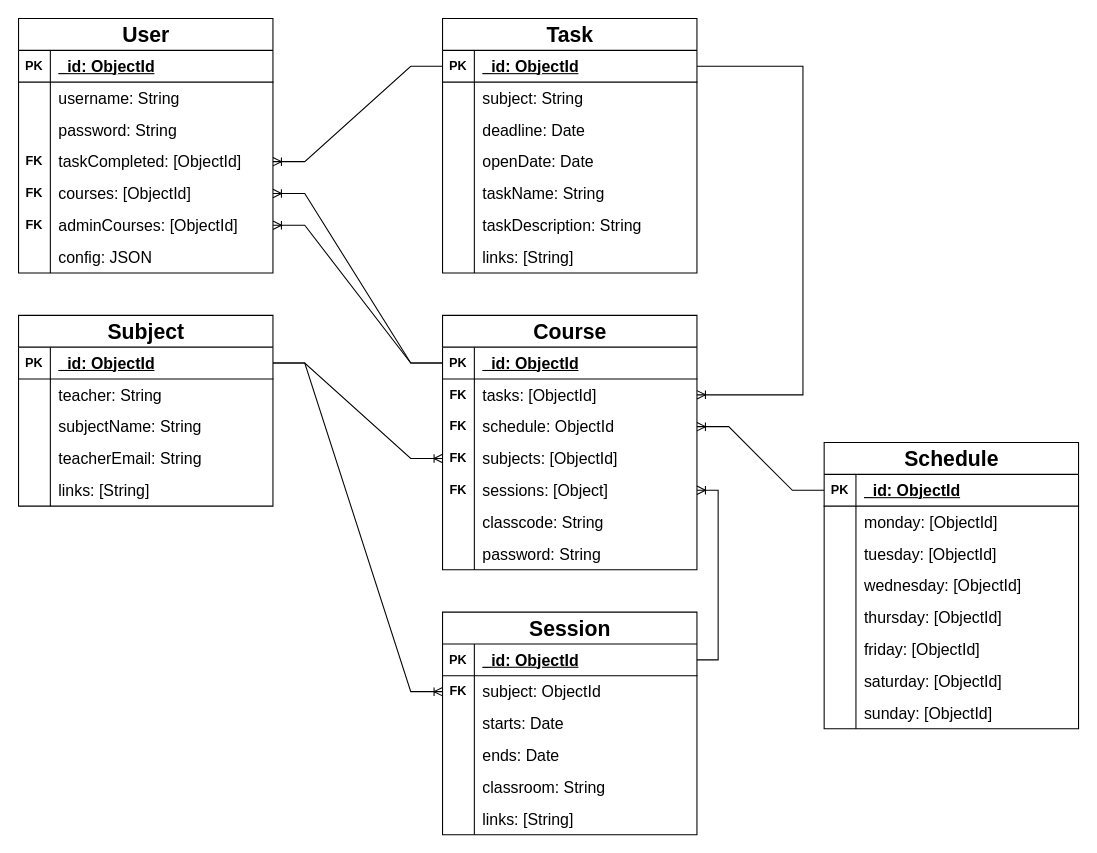
Earlier version of the draw.io diagram page "Logical Schema" (2 of 2) of docs/APIv1 DB Schemas/APIv1 DB Diagrams.drawio (IsmaCortGtz/fasty-task-server). Source tidied: cells renumbered, new cells numbered last; positions are measured from the earlier drawing's top-left corner, leaving out a move shared by most shapes. Both pictures are drawn from the tidied source at 106%, with x=0, y=0 at pixel (18, 18).
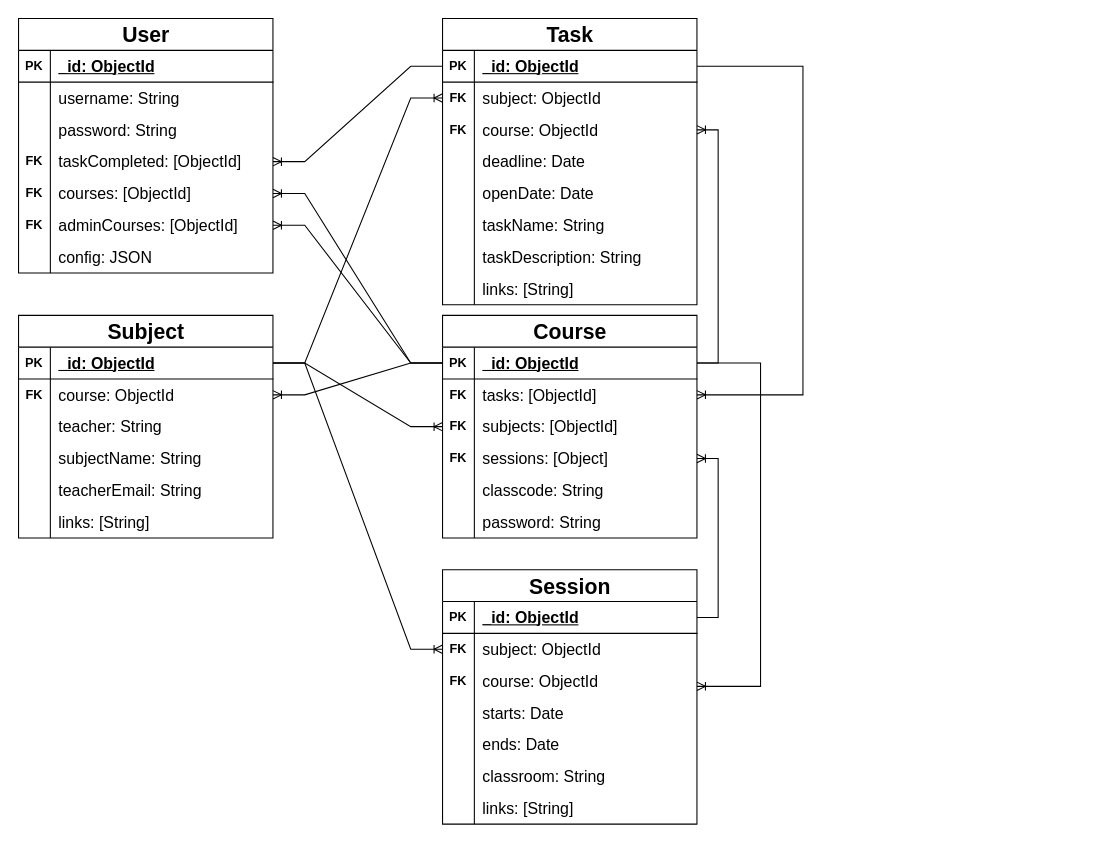
Above is the later version.

Commit message (it also covers changes not shown here):
Schedule schema remove from db diagrams

Unchanged cells that the change refers to:
```xml
<mxCell id="25" style="shape=tableRow;horizontal=0;startSize=0;swimlaneHead=0;swimlaneBody=0;fillColor=none;points=[[0,0.5],[1,0.5]];portConstraint=eastwest;top=0;left=0;right=0;bottom=1;" parent="24" vertex="1">
  <mxGeometry y="30" width="240" height="30" as="geometry" />
</mxCell>
<mxCell id="50" style="shape=tableRow;horizontal=0;startSize=0;swimlaneHead=0;swimlaneBody=0;fillColor=none;points=[[0,0.5],[1,0.5]];portConstraint=eastwest;top=0;left=0;right=0;bottom=0;" parent="46" vertex="1">
  <mxGeometry y="60" width="240" height="30" as="geometry" />
</mxCell>
<mxCell id="69" style="shape=tableRow;horizontal=0;startSize=0;swimlaneHead=0;swimlaneBody=0;fillColor=none;points=[[0,0.5],[1,0.5]];portConstraint=eastwest;top=0;left=0;right=0;bottom=1;" parent="68" vertex="1">
  <mxGeometry y="30" width="240" height="30" as="geometry" />
</mxCell>
```

Change to the diagram source:
```diff
@@
     <mxCell id="24" value="&lt;font style=&quot;font-size: 20px;&quot;&gt;Course&lt;/font&gt;" style="shape=table;startSize=30;childLayout=tableLayout;rowLines=0;fontStyle=1;align=center;html=1;" parent="1" vertex="1">
-      <mxGeometry x="400" y="280" width="240" height="240" as="geometry" />
+      <mxGeometry x="400" y="280" width="240" height="210" as="geometry" />
     </mxCell>
@@
-    <mxCell id="31" style="shape=tableRow;horizontal=0;startSize=0;swimlaneHead=0;swimlaneBody=0;fillColor=none;points=[[0,0.5],[1,0.5]];portConstraint=eastwest;top=0;left=0;right=0;bottom=0;" parent="24" vertex="1">
-      <mxGeometry y="90" width="240" height="30" as="geometry" />
-    </mxCell>
-    <mxCell id="32" value="&lt;b&gt;FK&lt;/b&gt;" style="shape=partialRectangle;fillColor=none;top=0;left=0;bottom=0;right=0;overflow=hidden;whiteSpace=wrap;html=1;" parent="31" vertex="1">
-      <mxGeometry width="30" height="30" as="geometry" />
-    </mxCell>
-    <mxCell id="33" value="&lt;font style=&quot;font-size: 15px;&quot;&gt;schedule: ObjectId&lt;/font&gt;" style="shape=partialRectangle;fillColor=none;top=0;left=0;bottom=0;right=0;align=left;spacingLeft=6;overflow=hidden;whiteSpace=wrap;html=1;" parent="31" vertex="1">
-      <mxGeometry x="30" width="210" height="30" as="geometry" />
-    </mxCell>
     <mxCell id="34" style="shape=tableRow;horizontal=0;startSize=0;swimlaneHead=0;swimlaneBody=0;fillColor=none;points=[[0,0.5],[1,0.5]];portConstraint=eastwest;top=0;left=0;right=0;bottom=0;" parent="24" vertex="1">
-      <mxGeometry y="120" width="240" height="30" as="geometry" />
+      <mxGeometry y="90" width="240" height="30" as="geometry" />
     </mxCell>
@@
     <mxCell id="37" style="shape=tableRow;horizontal=0;startSize=0;swimlaneHead=0;swimlaneBody=0;fillColor=none;points=[[0,0.5],[1,0.5]];portConstraint=eastwest;top=0;left=0;right=0;bottom=0;" parent="24" vertex="1">
-      <mxGeometry y="150" width="240" height="30" as="geometry" />
+      <mxGeometry y="120" width="240" height="30" as="geometry" />
     </mxCell>
@@
     <mxCell id="40" style="shape=tableRow;horizontal=0;startSize=0;swimlaneHead=0;swimlaneBody=0;fillColor=none;top=0;left=0;right=0;bottom=0;" parent="24" vertex="1">
-      <mxGeometry y="180" width="240" height="30" as="geometry" />
+      <mxGeometry y="150" width="240" height="30" as="geometry" />
     </mxCell>
@@
     <mxCell id="43" style="shape=tableRow;horizontal=0;startSize=0;swimlaneHead=0;swimlaneBody=0;fillColor=none;top=0;left=0;right=0;bottom=0;" parent="24" vertex="1">
-      <mxGeometry y="210" width="240" height="30" as="geometry" />
+      <mxGeometry y="180" width="240" height="30" as="geometry" />
     </mxCell>
@@
     <mxCell id="46" value="&lt;font style=&quot;font-size: 20px;&quot;&gt;Task&lt;/font&gt;" style="shape=table;startSize=30;childLayout=tableLayout;rowLines=0;fontStyle=1;align=center;html=1;" parent="1" vertex="1">
-      <mxGeometry x="400" width="240" height="240" as="geometry" />
+      <mxGeometry x="400" width="240" height="270" as="geometry" />
     </mxCell>
@@
-    <mxCell id="51" style="shape=partialRectangle;fillColor=none;top=0;left=0;bottom=0;right=0;overflow=hidden;whiteSpace=wrap;html=1;" parent="50" vertex="1">
+    <mxCell id="51" value="&lt;b&gt;FK&lt;/b&gt;" style="shape=partialRectangle;fillColor=none;top=0;left=0;bottom=0;right=0;overflow=hidden;whiteSpace=wrap;html=1;" parent="50" vertex="1">
       <mxGeometry width="30" height="30" as="geometry" />
     </mxCell>
-    <mxCell id="52" value="&lt;font style=&quot;font-size: 15px;&quot;&gt;subject: String&lt;/font&gt;" style="shape=partialRectangle;fillColor=none;top=0;left=0;bottom=0;right=0;align=left;spacingLeft=6;overflow=hidden;whiteSpace=wrap;html=1;" parent="50" vertex="1">
+    <mxCell id="52" value="&lt;font style=&quot;font-size: 15px;&quot;&gt;subject: ObjectId&lt;/font&gt;" style="shape=partialRectangle;fillColor=none;top=0;left=0;bottom=0;right=0;align=left;spacingLeft=6;overflow=hidden;whiteSpace=wrap;html=1;" parent="50" vertex="1">
       <mxGeometry x="30" width="210" height="30" as="geometry" />
     </mxCell>
+    <mxCell id="136" style="shape=tableRow;horizontal=0;startSize=0;swimlaneHead=0;swimlaneBody=0;fillColor=none;points=[[0,0.5],[1,0.5]];portConstraint=eastwest;top=0;left=0;right=0;bottom=0;" parent="46" vertex="1">
+      <mxGeometry y="90" width="240" height="30" as="geometry" />
+    </mxCell>
+    <mxCell id="137" value="&lt;b&gt;FK&lt;/b&gt;" style="shape=partialRectangle;fillColor=none;top=0;left=0;bottom=0;right=0;overflow=hidden;whiteSpace=wrap;html=1;" parent="136" vertex="1">
+      <mxGeometry width="30" height="30" as="geometry" />
+    </mxCell>
+    <mxCell id="138" value="&lt;font style=&quot;font-size: 15px;&quot;&gt;course: ObjectId&lt;/font&gt;" style="shape=partialRectangle;fillColor=none;top=0;left=0;bottom=0;right=0;align=left;spacingLeft=6;overflow=hidden;whiteSpace=wrap;html=1;" parent="136" vertex="1">
+      <mxGeometry x="30" width="210" height="30" as="geometry" />
+    </mxCell>
     <mxCell id="53" style="shape=tableRow;horizontal=0;startSize=0;swimlaneHead=0;swimlaneBody=0;fillColor=none;top=0;left=0;right=0;bottom=0;" parent="46" vertex="1">
-      <mxGeometry y="90" width="240" height="30" as="geometry" />
+      <mxGeometry y="120" width="240" height="30" as="geometry" />
     </mxCell>
@@
     <mxCell id="56" style="shape=tableRow;horizontal=0;startSize=0;swimlaneHead=0;swimlaneBody=0;fillColor=none;top=0;left=0;right=0;bottom=0;" parent="46" vertex="1">
-      <mxGeometry y="120" width="240" height="30" as="geometry" />
+      <mxGeometry y="150" width="240" height="30" as="geometry" />
     </mxCell>
@@
     <mxCell id="59" style="shape=tableRow;horizontal=0;startSize=0;swimlaneHead=0;swimlaneBody=0;fillColor=none;top=0;left=0;right=0;bottom=0;" parent="46" vertex="1">
-      <mxGeometry y="150" width="240" height="30" as="geometry" />
+      <mxGeometry y="180" width="240" height="30" as="geometry" />
     </mxCell>
@@
     <mxCell id="62" style="shape=tableRow;horizontal=0;startSize=0;swimlaneHead=0;swimlaneBody=0;fillColor=none;top=0;left=0;right=0;bottom=0;" parent="46" vertex="1">
-      <mxGeometry y="180" width="240" height="30" as="geometry" />
+      <mxGeometry y="210" width="240" height="30" as="geometry" />
     </mxCell>
@@
     <mxCell id="65" style="shape=tableRow;horizontal=0;startSize=0;swimlaneHead=0;swimlaneBody=0;fillColor=none;top=0;left=0;right=0;bottom=0;" parent="46" vertex="1">
-      <mxGeometry y="210" width="240" height="30" as="geometry" />
+      <mxGeometry y="240" width="240" height="30" as="geometry" />
     </mxCell>
@@
     <mxCell id="68" value="&lt;font style=&quot;font-size: 20px;&quot;&gt;Subject&lt;/font&gt;" style="shape=table;startSize=30;childLayout=tableLayout;rowLines=0;fontStyle=1;align=center;html=1;" parent="1" vertex="1">
-      <mxGeometry y="280" width="240" height="180" as="geometry" />
+      <mxGeometry y="280" width="240" height="210" as="geometry" />
     </mxCell>
@@
+    <mxCell id="107" style="shape=tableRow;horizontal=0;startSize=0;swimlaneHead=0;swimlaneBody=0;fillColor=none;points=[[0,0.5],[1,0.5]];portConstraint=eastwest;top=0;left=0;right=0;bottom=0;" parent="68" vertex="1">
+      <mxGeometry y="60" width="240" height="30" as="geometry" />
+    </mxCell>
+    <mxCell id="139" value="&lt;b&gt;FK&lt;/b&gt;" style="shape=partialRectangle;fillColor=none;top=0;left=0;bottom=0;right=0;overflow=hidden;whiteSpace=wrap;html=1;" parent="107" vertex="1">
+      <mxGeometry width="30" height="30" as="geometry" />
+    </mxCell>
+    <mxCell id="140" value="&lt;font style=&quot;font-size: 15px;&quot;&gt;course: ObjectId&lt;/font&gt;" style="shape=partialRectangle;fillColor=none;top=0;left=0;bottom=0;right=0;align=left;spacingLeft=6;overflow=hidden;whiteSpace=wrap;html=1;" parent="107" vertex="1">
+      <mxGeometry x="30" width="210" height="30" as="geometry" />
+    </mxCell>
     <mxCell id="72" style="shape=tableRow;horizontal=0;startSize=0;swimlaneHead=0;swimlaneBody=0;fillColor=none;top=0;left=0;right=0;bottom=0;" parent="68" vertex="1">
-      <mxGeometry y="60" width="240" height="30" as="geometry" />
+      <mxGeometry y="90" width="240" height="30" as="geometry" />
     </mxCell>
@@
     <mxCell id="75" style="shape=tableRow;horizontal=0;startSize=0;swimlaneHead=0;swimlaneBody=0;fillColor=none;top=0;left=0;right=0;bottom=0;" parent="68" vertex="1">
-      <mxGeometry y="90" width="240" height="30" as="geometry" />
+      <mxGeometry y="120" width="240" height="30" as="geometry" />
     </mxCell>
@@
     <mxCell id="78" style="shape=tableRow;horizontal=0;startSize=0;swimlaneHead=0;swimlaneBody=0;fillColor=none;top=0;left=0;right=0;bottom=0;" parent="68" vertex="1">
-      <mxGeometry y="120" width="240" height="30" as="geometry" />
+      <mxGeometry y="150" width="240" height="30" as="geometry" />
     </mxCell>
@@
     <mxCell id="81" style="shape=tableRow;horizontal=0;startSize=0;swimlaneHead=0;swimlaneBody=0;fillColor=none;top=0;left=0;right=0;bottom=0;" parent="68" vertex="1">
-      <mxGeometry y="150" width="240" height="30" as="geometry" />
+      <mxGeometry y="180" width="240" height="30" as="geometry" />
     </mxCell>
@@
     <mxCell id="84" value="&lt;font style=&quot;font-size: 20px;&quot;&gt;Session&lt;/font&gt;" style="shape=table;startSize=30;childLayout=tableLayout;rowLines=0;fontStyle=1;align=center;html=1;" parent="1" vertex="1">
-      <mxGeometry x="400" y="560" width="240" height="210" as="geometry" />
+      <mxGeometry x="400" y="520" width="240" height="240" as="geometry" />
     </mxCell>
@@
+    <mxCell id="141" style="shape=tableRow;horizontal=0;startSize=0;swimlaneHead=0;swimlaneBody=0;fillColor=none;points=[[0,0.5],[1,0.5]];portConstraint=eastwest;top=0;left=0;right=0;bottom=0;" parent="84" vertex="1">
+      <mxGeometry y="90" width="240" height="30" as="geometry" />
+    </mxCell>
+    <mxCell id="142" value="&lt;b&gt;FK&lt;/b&gt;" style="shape=partialRectangle;fillColor=none;top=0;left=0;bottom=0;right=0;overflow=hidden;whiteSpace=wrap;html=1;" parent="141" vertex="1">
+      <mxGeometry width="30" height="30" as="geometry" />
+    </mxCell>
+    <mxCell id="143" value="&lt;font style=&quot;font-size: 15px;&quot;&gt;course: ObjectId&lt;/font&gt;" style="shape=partialRectangle;fillColor=none;top=0;left=0;bottom=0;right=0;align=left;spacingLeft=6;overflow=hidden;whiteSpace=wrap;html=1;" parent="141" vertex="1">
+      <mxGeometry x="30" width="210" height="30" as="geometry" />
+    </mxCell>
     <mxCell id="91" style="shape=tableRow;horizontal=0;startSize=0;swimlaneHead=0;swimlaneBody=0;fillColor=none;top=0;left=0;right=0;bottom=0;" parent="84" vertex="1">
-      <mxGeometry y="90" width="240" height="30" as="geometry" />
+      <mxGeometry y="120" width="240" height="30" as="geometry" />
     </mxCell>
@@
     <mxCell id="94" style="shape=tableRow;horizontal=0;startSize=0;swimlaneHead=0;swimlaneBody=0;fillColor=none;top=0;left=0;right=0;bottom=0;" parent="84" vertex="1">
-      <mxGeometry y="120" width="240" height="30" as="geometry" />
+      <mxGeometry y="150" width="240" height="30" as="geometry" />
     </mxCell>
@@
     <mxCell id="97" style="shape=tableRow;horizontal=0;startSize=0;swimlaneHead=0;swimlaneBody=0;fillColor=none;top=0;left=0;right=0;bottom=0;" parent="84" vertex="1">
-      <mxGeometry y="150" width="240" height="30" as="geometry" />
+      <mxGeometry y="180" width="240" height="30" as="geometry" />
     </mxCell>
@@
     <mxCell id="100" style="shape=tableRow;horizontal=0;startSize=0;swimlaneHead=0;swimlaneBody=0;fillColor=none;top=0;left=0;right=0;bottom=0;" parent="84" vertex="1">
-      <mxGeometry y="180" width="240" height="30" as="geometry" />
+      <mxGeometry y="210" width="240" height="30" as="geometry" />
     </mxCell>
@@
-    <mxCell id="103" value="&lt;font style=&quot;font-size: 20px;&quot;&gt;Schedule&lt;/font&gt;" style="shape=table;startSize=30;childLayout=tableLayout;rowLines=0;fontStyle=1;align=center;html=1;" parent="1" vertex="1">
-      <mxGeometry x="760" y="400" width="240" height="270" as="geometry" />
-    </mxCell>
-    <mxCell id="104" style="shape=tableRow;horizontal=0;startSize=0;swimlaneHead=0;swimlaneBody=0;fillColor=none;points=[[0,0.5],[1,0.5]];portConstraint=eastwest;top=0;left=0;right=0;bottom=1;" parent="103" vertex="1">
-      <mxGeometry y="30" width="240" height="30" as="geometry" />
-    </mxCell>
-    <mxCell id="105" value="PK" style="shape=partialRectangle;fillColor=none;top=0;left=0;bottom=0;right=0;fontStyle=1;overflow=hidden;whiteSpace=wrap;html=1;" parent="104" vertex="1">
-      <mxGeometry width="30" height="30" as="geometry" />
-    </mxCell>
-    <mxCell id="106" value="&lt;font style=&quot;font-size: 15px;&quot;&gt;_id: ObjectId&lt;/font&gt;" style="shape=partialRectangle;fillColor=none;top=0;left=0;bottom=0;right=0;align=left;spacingLeft=6;fontStyle=5;overflow=hidden;whiteSpace=wrap;html=1;" parent="104" vertex="1">
-      <mxGeometry x="30" width="210" height="30" as="geometry" />
-    </mxCell>
-    <mxCell id="107" style="shape=tableRow;horizontal=0;startSize=0;swimlaneHead=0;swimlaneBody=0;fillColor=none;points=[[0,0.5],[1,0.5]];portConstraint=eastwest;top=0;left=0;right=0;bottom=0;" parent="103" vertex="1">
-      <mxGeometry y="60" width="240" height="30" as="geometry" />
-    </mxCell>
-    <mxCell id="108" style="shape=partialRectangle;fillColor=none;top=0;left=0;bottom=0;right=0;overflow=hidden;whiteSpace=wrap;html=1;" parent="107" vertex="1">
-      <mxGeometry width="30" height="30" as="geometry" />
-    </mxCell>
-    <mxCell id="109" value="&lt;font style=&quot;font-size: 15px;&quot;&gt;monday: [ObjectId]&lt;/font&gt;" style="shape=partialRectangle;fillColor=none;top=0;left=0;bottom=0;right=0;align=left;spacingLeft=6;overflow=hidden;whiteSpace=wrap;html=1;" parent="107" vertex="1">
-      <mxGeometry x="30" width="210" height="30" as="geometry" />
-    </mxCell>
-    <mxCell id="110" style="shape=tableRow;horizontal=0;startSize=0;swimlaneHead=0;swimlaneBody=0;fillColor=none;top=0;left=0;right=0;bottom=0;" parent="103" vertex="1">
-      <mxGeometry y="90" width="240" height="30" as="geometry" />
-    </mxCell>
-    <mxCell id="111" style="shape=partialRectangle;fillColor=none;top=0;left=0;bottom=0;right=0;overflow=hidden;whiteSpace=wrap;html=1;" parent="110" vertex="1">
-      <mxGeometry width="30" height="30" as="geometry" />
-    </mxCell>
-    <mxCell id="112" value="&lt;font style=&quot;font-size: 15px;&quot;&gt;tuesday: &lt;/font&gt;&lt;font style=&quot;font-size: 15px;&quot;&gt;[ObjectId]&lt;/font&gt;" style="shape=partialRectangle;fillColor=none;top=0;left=0;bottom=0;right=0;align=left;spacingLeft=6;overflow=hidden;whiteSpace=wrap;html=1;" parent="110" vertex="1">
-      <mxGeometry x="30" width="210" height="30" as="geometry" />
-    </mxCell>
-    <mxCell id="113" style="shape=tableRow;horizontal=0;startSize=0;swimlaneHead=0;swimlaneBody=0;fillColor=none;top=0;left=0;right=0;bottom=0;" parent="103" vertex="1">
-      <mxGeometry y="120" width="240" height="30" as="geometry" />
-    </mxCell>
-    <mxCell id="114" style="shape=partialRectangle;fillColor=none;top=0;left=0;bottom=0;right=0;overflow=hidden;whiteSpace=wrap;html=1;" parent="113" vertex="1">
-      <mxGeometry width="30" height="30" as="geometry" />
-    </mxCell>
-    <mxCell id="115" value="&lt;font style=&quot;font-size: 15px;&quot;&gt;wednesday: &lt;/font&gt;&lt;font style=&quot;font-size: 15px;&quot;&gt;[ObjectId]&lt;/font&gt;" style="shape=partialRectangle;fillColor=none;top=0;left=0;bottom=0;right=0;align=left;spacingLeft=6;overflow=hidden;whiteSpace=wrap;html=1;" parent="113" vertex="1">
-      <mxGeometry x="30" width="210" height="30" as="geometry" />
-    </mxCell>
-    <mxCell id="116" style="shape=tableRow;horizontal=0;startSize=0;swimlaneHead=0;swimlaneBody=0;fillColor=none;top=0;left=0;right=0;bottom=0;" parent="103" vertex="1">
-      <mxGeometry y="150" width="240" height="30" as="geometry" />
-    </mxCell>
-    <mxCell id="117" style="shape=partialRectangle;fillColor=none;top=0;left=0;bottom=0;right=0;overflow=hidden;whiteSpace=wrap;html=1;" parent="116" vertex="1">
-      <mxGeometry width="30" height="30" as="geometry" />
-    </mxCell>
-    <mxCell id="118" value="&lt;font style=&quot;font-size: 15px;&quot;&gt;thursday: &lt;/font&gt;&lt;font style=&quot;font-size: 15px;&quot;&gt;[ObjectId]&lt;/font&gt;" style="shape=partialRectangle;fillColor=none;top=0;left=0;bottom=0;right=0;align=left;spacingLeft=6;overflow=hidden;whiteSpace=wrap;html=1;" parent="116" vertex="1">
-      <mxGeometry x="30" width="210" height="30" as="geometry" />
-    </mxCell>
-    <mxCell id="119" style="shape=tableRow;horizontal=0;startSize=0;swimlaneHead=0;swimlaneBody=0;fillColor=none;top=0;left=0;right=0;bottom=0;" parent="103" vertex="1">
-      <mxGeometry y="180" width="240" height="30" as="geometry" />
-    </mxCell>
-    <mxCell id="120" style="shape=partialRectangle;fillColor=none;top=0;left=0;bottom=0;right=0;overflow=hidden;whiteSpace=wrap;html=1;" parent="119" vertex="1">
-      <mxGeometry width="30" height="30" as="geometry" />
-    </mxCell>
-    <mxCell id="121" value="&lt;font style=&quot;font-size: 15px;&quot;&gt;friday: &lt;/font&gt;&lt;font style=&quot;font-size: 15px;&quot;&gt;[ObjectId]&lt;/font&gt;" style="shape=partialRectangle;fillColor=none;top=0;left=0;bottom=0;right=0;align=left;spacingLeft=6;overflow=hidden;whiteSpace=wrap;html=1;" parent="119" vertex="1">
-      <mxGeometry x="30" width="210" height="30" as="geometry" />
-    </mxCell>
-    <mxCell id="122" style="shape=tableRow;horizontal=0;startSize=0;swimlaneHead=0;swimlaneBody=0;fillColor=none;top=0;left=0;right=0;bottom=0;" parent="103" vertex="1">
-      <mxGeometry y="210" width="240" height="30" as="geometry" />
-    </mxCell>
-    <mxCell id="123" style="shape=partialRectangle;fillColor=none;top=0;left=0;bottom=0;right=0;overflow=hidden;whiteSpace=wrap;html=1;" parent="122" vertex="1">
-      <mxGeometry width="30" height="30" as="geometry" />
-    </mxCell>
-    <mxCell id="124" value="&lt;font style=&quot;font-size: 15px;&quot;&gt;saturday: &lt;/font&gt;&lt;font style=&quot;font-size: 15px;&quot;&gt;[ObjectId]&lt;/font&gt;" style="shape=partialRectangle;fillColor=none;top=0;left=0;bottom=0;right=0;align=left;spacingLeft=6;overflow=hidden;whiteSpace=wrap;html=1;" parent="122" vertex="1">
-      <mxGeometry x="30" width="210" height="30" as="geometry" />
-    </mxCell>
-    <mxCell id="125" style="shape=tableRow;horizontal=0;startSize=0;swimlaneHead=0;swimlaneBody=0;fillColor=none;top=0;left=0;right=0;bottom=0;" parent="103" vertex="1">
-      <mxGeometry y="240" width="240" height="30" as="geometry" />
-    </mxCell>
-    <mxCell id="126" style="shape=partialRectangle;fillColor=none;top=0;left=0;bottom=0;right=0;overflow=hidden;whiteSpace=wrap;html=1;" parent="125" vertex="1">
-      <mxGeometry width="30" height="30" as="geometry" />
-    </mxCell>
-    <mxCell id="127" value="&lt;font style=&quot;font-size: 15px;&quot;&gt;sunday: &lt;/font&gt;&lt;font style=&quot;font-size: 15px;&quot;&gt;[ObjectId]&lt;/font&gt;" style="shape=partialRectangle;fillColor=none;top=0;left=0;bottom=0;right=0;align=left;spacingLeft=6;overflow=hidden;whiteSpace=wrap;html=1;" parent="125" vertex="1">
-      <mxGeometry x="30" width="210" height="30" as="geometry" />
-    </mxCell>
@@
-    <mxCell id="129" style="edgeStyle=entityRelationEdgeStyle;rounded=0;jettySize=auto;html=1;exitX=1;exitY=0.5;exitDx=0;exitDy=0;startArrow=ERoneToMany;startFill=0;endArrow=none;endFill=0;" parent="1" edge="1" source="31" target="104">
-      <mxGeometry relative="1" as="geometry" />
-    </mxCell>
@@
+    <mxCell id="144" style="edgeStyle=entityRelationEdgeStyle;rounded=0;jettySize=auto;html=1;entryX=0;entryY=0.5;entryDx=0;entryDy=0;endArrow=ERoneToMany;endFill=0;" parent="1" edge="1" source="69" target="50">
+      <mxGeometry relative="1" as="geometry" />
+    </mxCell>
+    <mxCell id="145" style="edgeStyle=orthogonalEdgeStyle;rounded=0;jettySize=auto;html=1;exitX=1;exitY=0.5;exitDx=0;exitDy=0;entryX=1;entryY=0.5;entryDx=0;entryDy=0;endArrow=ERoneToMany;endFill=0;" parent="1" edge="1" source="25" target="136">
+      <mxGeometry relative="1" as="geometry" />
+    </mxCell>
+    <mxCell id="146" style="edgeStyle=orthogonalEdgeStyle;rounded=0;jettySize=auto;html=1;exitX=1;exitY=0.5;exitDx=0;exitDy=0;endArrow=ERoneToMany;endFill=0;" parent="1" edge="1" source="25" target="141">
+      <mxGeometry relative="1" as="geometry">
+        <Array as="points">
+          <mxPoint x="700" y="325" />
+          <mxPoint x="700" y="630" />
+        </Array>
+      </mxGeometry>
+    </mxCell>
+    <mxCell id="147" style="edgeStyle=entityRelationEdgeStyle;rounded=0;jettySize=auto;html=1;exitX=0;exitY=0.5;exitDx=0;exitDy=0;entryX=1;entryY=0.5;entryDx=0;entryDy=0;endArrow=ERoneToMany;endFill=0;" parent="1" edge="1" source="25" target="107">
+      <mxGeometry relative="1" as="geometry" />
+    </mxCell>
```
